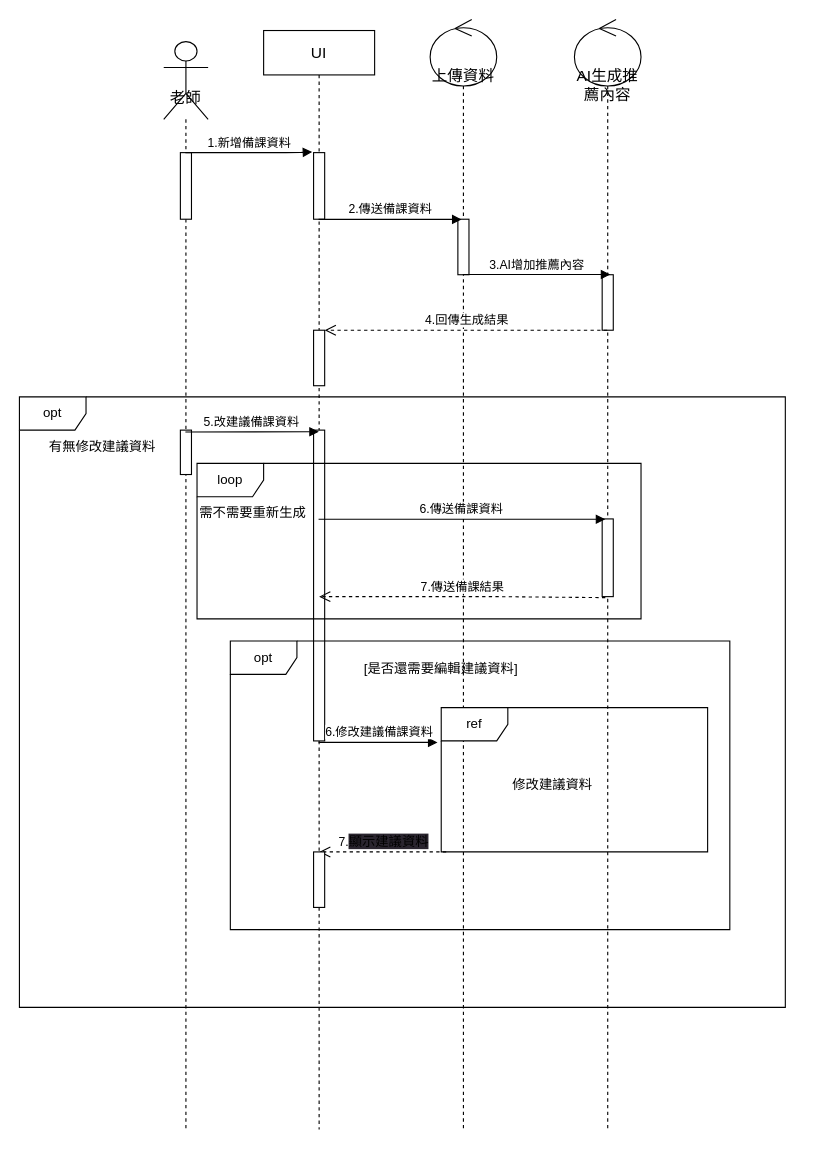
This is AC循序圖(建立備課資料並修改建議資料).drawio from Kevincheng0804/System-analysis, a draw.io file, before an edit. Source tidied: cells renumbered, new cells numbered last; positions are measured from the earlier drawing's top-left corner, leaving out a move shared by most shapes. Both pictures are drawn from the tidied source at 111%, with x=0, y=0 at pixel (19, 19).
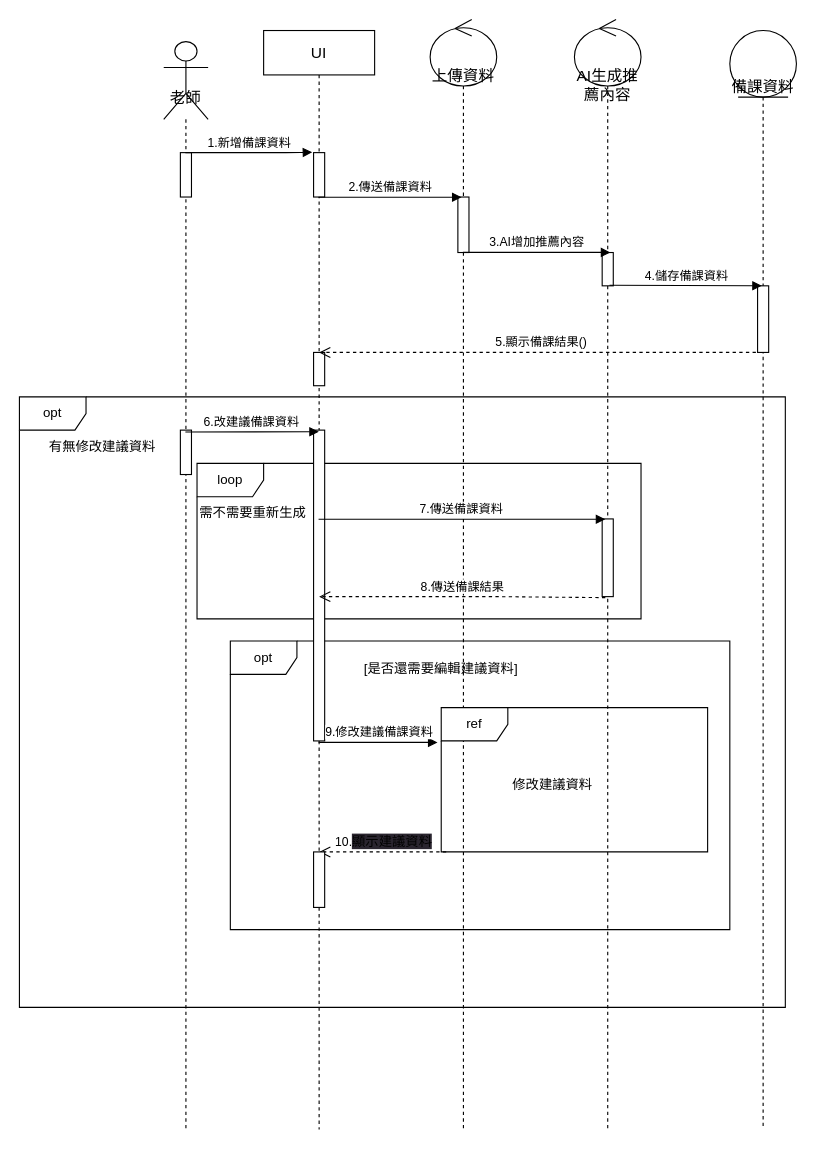
The same page after the edit.

Unchanged cells that the change refers to:
```xml
<mxCell id="2" value="&lt;font style=&quot;font-size: 14px;&quot;&gt;老師&lt;/font&gt;" style="shape=umlLifeline;participant=umlActor;perimeter=lifelinePerimeter;whiteSpace=wrap;html=1;verticalAlign=top;spacingTop=36;outlineConnect=0;size=70;" parent="1" vertex="1">
  <mxGeometry x="130" y="20" width="40" height="980" as="geometry" />
</mxCell>
<mxCell id="5" value="UI" style="shape=umlLifeline;perimeter=lifelinePerimeter;whiteSpace=wrap;html=1;outlineConnect=0;fontSize=14;" parent="1" vertex="1">
  <mxGeometry x="220" y="10" width="100" height="990" as="geometry" />
</mxCell>
<mxCell id="8" style="html=1;points=[];perimeter=orthogonalPerimeter;" parent="5" vertex="1">
  <mxGeometry x="45" y="360" width="10" height="280" as="geometry" />
</mxCell>
<mxCell id="11" value="上傳資料" style="shape=umlLifeline;participant=umlControl;perimeter=lifelinePerimeter;whiteSpace=wrap;html=1;verticalAlign=top;spacingTop=36;outlineConnect=0;fontSize=14;size=60;align=center;" parent="1" vertex="1">
  <mxGeometry x="370" width="60" height="1000" as="geometry" />
</mxCell>
<mxCell id="13" value="AI生成推薦內容" style="shape=umlLifeline;participant=umlControl;perimeter=lifelinePerimeter;whiteSpace=wrap;html=1;verticalAlign=top;spacingTop=36;outlineConnect=0;fontSize=14;size=60;align=center;" parent="1" vertex="1">
  <mxGeometry x="500" width="60" height="1000" as="geometry" />
</mxCell>
<mxCell id="15" style="html=1;points=[];perimeter=orthogonalPerimeter;" parent="13" vertex="1">
  <mxGeometry x="25" y="450" width="10" height="70" as="geometry" />
</mxCell>
<mxCell id="25" value="ref" style="shape=umlFrame;whiteSpace=wrap;html=1;" parent="1" vertex="1">
  <mxGeometry x="380" y="620" width="240" height="130" as="geometry" />
</mxCell>
```

Change to the diagram source:
```diff
@@
+    <mxCell id="28" value="opt" style="shape=umlFrame;whiteSpace=wrap;html=1;" parent="1" vertex="1">
+      <mxGeometry x="190" y="560" width="450" height="260" as="geometry" />
+    </mxCell>
+    <mxCell id="22" value="loop" style="shape=umlFrame;whiteSpace=wrap;html=1;" parent="1" vertex="1">
+      <mxGeometry x="160" y="400" width="400" height="140" as="geometry" />
+    </mxCell>
+    <mxCell id="30" value="opt" style="shape=umlFrame;whiteSpace=wrap;html=1;" parent="1" vertex="1">
+      <mxGeometry y="340" width="690" height="550" as="geometry" />
+    </mxCell>
@@
     <mxCell id="3" style="html=1;perimeter=orthogonalPerimeter;" parent="2" vertex="1">
-      <mxGeometry x="15" y="100" width="10" height="60" as="geometry" />
+      <mxGeometry x="15" y="100" width="10" height="40" as="geometry" />
     </mxCell>
@@
     <mxCell id="6" style="html=1;points=[];perimeter=orthogonalPerimeter;" parent="5" vertex="1">
-      <mxGeometry x="45" y="110" width="10" height="60" as="geometry" />
+      <mxGeometry x="45" y="110" width="10" height="40" as="geometry" />
     </mxCell>
     <mxCell id="7" style="html=1;points=[];perimeter=orthogonalPerimeter;" parent="5" vertex="1">
-      <mxGeometry x="45" y="270" width="10" height="50" as="geometry" />
+      <mxGeometry x="45" y="290" width="10" height="30" as="geometry" />
     </mxCell>
@@
-    <mxCell id="9" value="7.&lt;span style=&quot;font-size: 12px; background-color: rgb(42, 37, 47);&quot;&gt;顯示建議資料&lt;/span&gt;" style="html=1;verticalAlign=bottom;endArrow=open;dashed=1;endSize=8;" parent="5" edge="1">
+    <mxCell id="9" value="10.&lt;span style=&quot;font-size: 12px; background-color: rgb(42, 37, 47);&quot;&gt;顯示建議資料&lt;/span&gt;" style="html=1;verticalAlign=bottom;endArrow=open;dashed=1;endSize=8;" parent="5" edge="1">
       <mxGeometry relative="1" as="geometry">
         <mxPoint x="164.5" y="740" as="sourcePoint" />
         <mxPoint x="50" y="740" as="targetPoint" />
         <Array as="points">
           <mxPoint x="85" y="740" />
         </Array>
       </mxGeometry>
     </mxCell>
@@
     <mxCell id="12" style="html=1;points=[];perimeter=orthogonalPerimeter;" parent="11" vertex="1">
-      <mxGeometry x="25" y="180" width="10" height="50" as="geometry" />
+      <mxGeometry x="25" y="160" width="10" height="50" as="geometry" />
     </mxCell>
+    <mxCell id="32" value="5.顯示備課結果()" style="html=1;verticalAlign=bottom;endArrow=open;dashed=1;endSize=8;" parent="11" edge="1" source="33">
+      <mxGeometry relative="1" as="geometry">
+        <mxPoint x="-100" y="300" as="targetPoint" />
+      </mxGeometry>
+    </mxCell>
@@
     <mxCell id="14" style="html=1;points=[];perimeter=orthogonalPerimeter;" parent="13" vertex="1">
-      <mxGeometry x="25" y="230" width="10" height="50" as="geometry" />
+      <mxGeometry x="25" y="210" width="10" height="30" as="geometry" />
     </mxCell>
@@
-    <mxCell id="19" value="4.回傳生成結果" style="html=1;verticalAlign=bottom;endArrow=open;dashed=1;endSize=8;" parent="1" edge="1" source="13" target="7">
-      <mxGeometry relative="1" as="geometry">
-        <Array as="points">
-          <mxPoint x="450" y="280" />
-        </Array>
-      </mxGeometry>
-    </mxCell>
-    <mxCell id="20" value="5.改建議備課資料" style="html=1;verticalAlign=bottom;startArrow=none;startFill=0;endArrow=block;startSize=8;entryX=0.473;entryY=0.005;entryDx=0;entryDy=0;entryPerimeter=0;" parent="1" edge="1" target="8">
+    <mxCell id="20" value="6.改建議備課資料" style="html=1;verticalAlign=bottom;startArrow=none;startFill=0;endArrow=block;startSize=8;entryX=0.473;entryY=0.005;entryDx=0;entryDy=0;entryPerimeter=0;" parent="1" edge="1" target="8">
       <mxGeometry relative="1" as="geometry">
         <mxPoint x="149.5" y="371.7" as="sourcePoint" />
       </mxGeometry>
     </mxCell>
-    <mxCell id="21" value="6.傳送備課資料" style="html=1;verticalAlign=bottom;startArrow=none;startFill=0;endArrow=block;startSize=8;entryX=0.283;entryY=0.005;entryDx=0;entryDy=0;entryPerimeter=0;" parent="1" edge="1" target="15">
+    <mxCell id="21" value="7.傳送備課資料" style="html=1;verticalAlign=bottom;startArrow=none;startFill=0;endArrow=block;startSize=8;entryX=0.283;entryY=0.005;entryDx=0;entryDy=0;entryPerimeter=0;" parent="1" edge="1" target="15">
       <mxGeometry relative="1" as="geometry">
         <mxPoint x="269.5" y="450.3" as="sourcePoint" />
       </mxGeometry>
     </mxCell>
-    <mxCell id="22" value="loop" style="shape=umlFrame;whiteSpace=wrap;html=1;" parent="1" vertex="1">
-      <mxGeometry x="160" y="400" width="400" height="140" as="geometry" />
-    </mxCell>
@@
-    <mxCell id="24" value="7.傳送備課結果" style="html=1;verticalAlign=bottom;endArrow=open;dashed=1;endSize=8;exitX=0.283;exitY=1.013;exitDx=0;exitDy=0;exitPerimeter=0;" parent="1" edge="1" source="15">
+    <mxCell id="24" value="8.傳送備課結果" style="html=1;verticalAlign=bottom;endArrow=open;dashed=1;endSize=8;exitX=0.283;exitY=1.013;exitDx=0;exitDy=0;exitPerimeter=0;" parent="1" edge="1" source="15">
       <mxGeometry relative="1" as="geometry">
         <mxPoint x="270" y="520" as="targetPoint" />
         <Array as="points">
           <mxPoint x="427.8" y="520" />
         </Array>
       </mxGeometry>
     </mxCell>
@@
-    <mxCell id="26" value="6.修改建議備課資料" style="html=1;verticalAlign=bottom;startArrow=none;startFill=0;endArrow=block;startSize=8;entryX=-0.014;entryY=0.241;entryDx=0;entryDy=0;entryPerimeter=0;" parent="1" edge="1" source="5" target="25">
+    <mxCell id="26" value="9.修改建議備課資料" style="html=1;verticalAlign=bottom;startArrow=none;startFill=0;endArrow=block;startSize=8;entryX=-0.014;entryY=0.241;entryDx=0;entryDy=0;entryPerimeter=0;" parent="1" edge="1" source="5" target="25">
       <mxGeometry relative="1" as="geometry" />
     </mxCell>
@@
-    <mxCell id="28" value="opt" style="shape=umlFrame;whiteSpace=wrap;html=1;" parent="1" vertex="1">
-      <mxGeometry x="190" y="560" width="450" height="260" as="geometry" />
-    </mxCell>
@@
-    <mxCell id="30" value="opt" style="shape=umlFrame;whiteSpace=wrap;html=1;" parent="1" vertex="1">
-      <mxGeometry y="340" width="690" height="550" as="geometry" />
-    </mxCell>
@@
+    <mxCell id="33" value="備課資料" style="shape=umlLifeline;participant=umlEntity;perimeter=lifelinePerimeter;whiteSpace=wrap;html=1;verticalAlign=top;spacingTop=36;outlineConnect=0;fontSize=14;size=60;" parent="1" vertex="1">
+      <mxGeometry x="640" y="10" width="60" height="990" as="geometry" />
+    </mxCell>
+    <mxCell id="34" style="html=1;perimeter=orthogonalPerimeter;" parent="33" vertex="1">
+      <mxGeometry x="25" y="230" width="10" height="60" as="geometry" />
+    </mxCell>
+    <mxCell id="35" value="4.儲存備課資料" style="html=1;verticalAlign=bottom;startArrow=none;startFill=0;endArrow=block;startSize=8;entryX=0.33;entryY=0.003;entryDx=0;entryDy=0;entryPerimeter=0;exitX=0.664;exitY=0.982;exitDx=0;exitDy=0;exitPerimeter=0;" parent="1" edge="1" source="14">
+      <mxGeometry relative="1" as="geometry">
+        <mxPoint x="668.8" y="240" as="targetPoint" />
+      </mxGeometry>
+    </mxCell>
```
